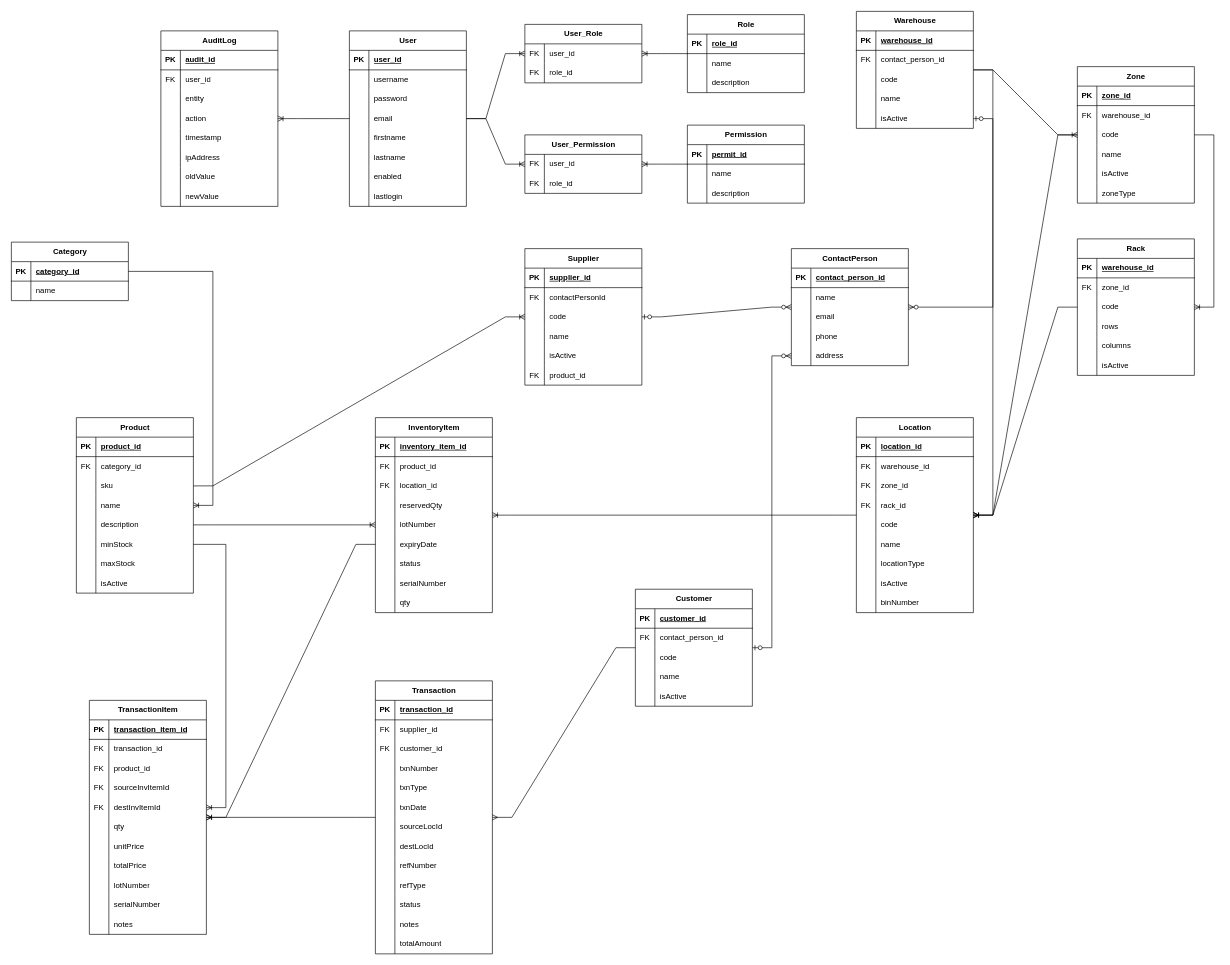
Earlier version of the draw.io diagram page "Halaman-1" (1 of 3) of WMS.drawio (putra4648/warehouse_system). Source tidied: cells renumbered, new cells numbered last; positions are measured from the earlier drawing's top-left corner, leaving out a move shared by most shapes. Both pictures are drawn from the tidied source at 65%, with x=0, y=0 at pixel (11, 11).
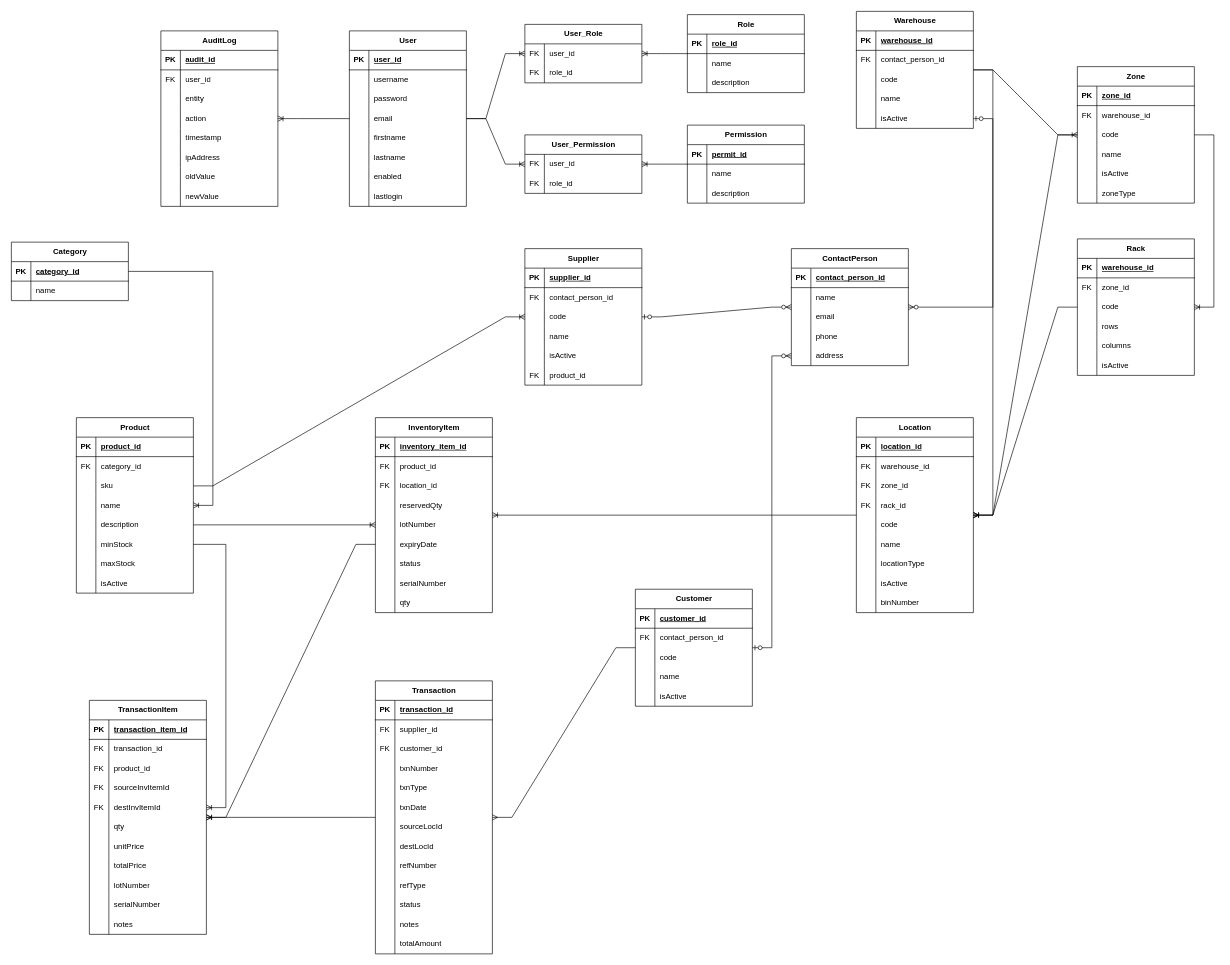
The same page after the edit.

The change refers to these unchanged cells:
```xml
<mxCell id="250" style="shape=tableRow;horizontal=0;startSize=0;swimlaneHead=0;swimlaneBody=0;fillColor=none;top=0;left=0;right=0;bottom=0;" parent="246" vertex="1">
  <mxGeometry y="60" width="180" height="30" as="geometry" />
</mxCell>
```

What changed in the source:
```diff
@@
-    <mxCell id="252" value="contactPersonId" style="shape=partialRectangle;fillColor=none;top=0;left=0;bottom=0;right=0;align=left;spacingLeft=6;fontStyle=0;overflow=hidden;whiteSpace=wrap;html=1;" parent="250" vertex="1">
+    <mxCell id="252" value="contact_person_id" style="shape=partialRectangle;fillColor=none;top=0;left=0;bottom=0;right=0;align=left;spacingLeft=6;fontStyle=0;overflow=hidden;whiteSpace=wrap;html=1;" parent="250" vertex="1">
       <mxGeometry x="30" width="150" height="30" as="geometry" />
     </mxCell>
```
